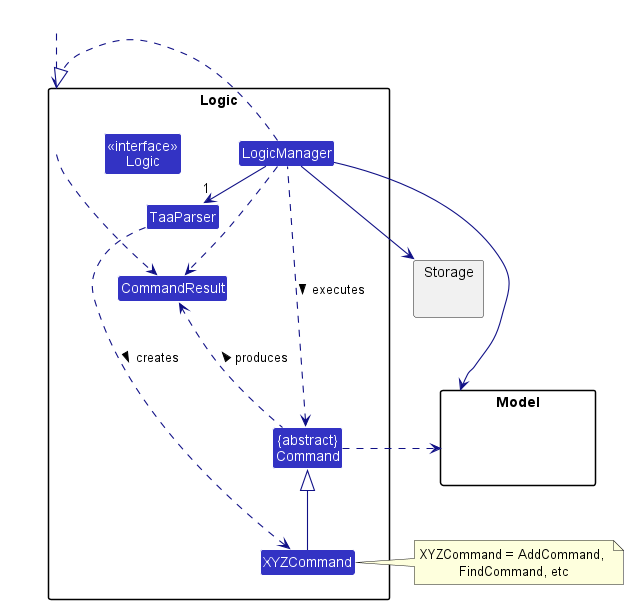
The PlantUML diagram docs/images/LogicClassDiagram.png in nus-cs2103-AY2223S2/tp, before a commit.
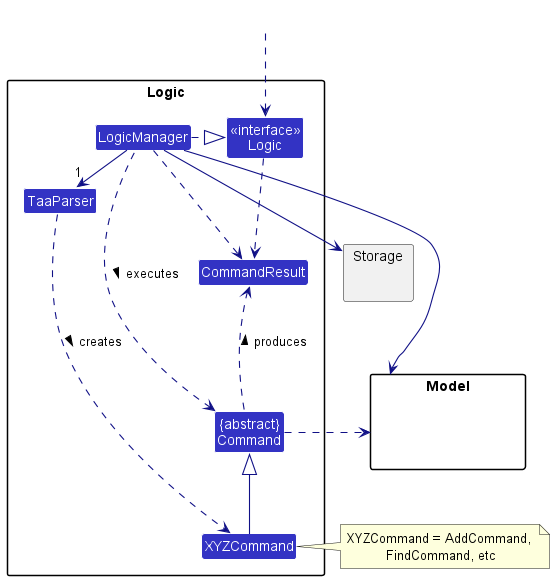
Above is the later version.

The edit, as a diff of the source:
```diff
@@ -12,7 +12,7 @@
 Class "{abstract}\nCommand" as Command
 
 
-Class "<<interface>>\nLogic" as Logic
+Class "<<interface>>\nLogic" as LogicInterface
 Class LogicManager
 }
 
@@ -24,9 +24,9 @@
 }
 
 Class HiddenOutside #FFFFFF
-HiddenOutside ..> Logic
+HiddenOutside ..> LogicInterface
 
-LogicManager .right.|> Logic
+LogicManager .right.|> LogicInterface
 LogicManager -right->"1" TaaParser
 TaaParser ..> XYZCommand : creates >
 
@@ -40,7 +40,7 @@
 Command .right.> Model
 note right of XYZCommand: XYZCommand = AddCommand, \nFindCommand, etc
 
-Logic ..> CommandResult
+LogicInterface ..> CommandResult
 LogicManager .down.> CommandResult
 Command .up.> CommandResult : produces >
 @enduml
```
